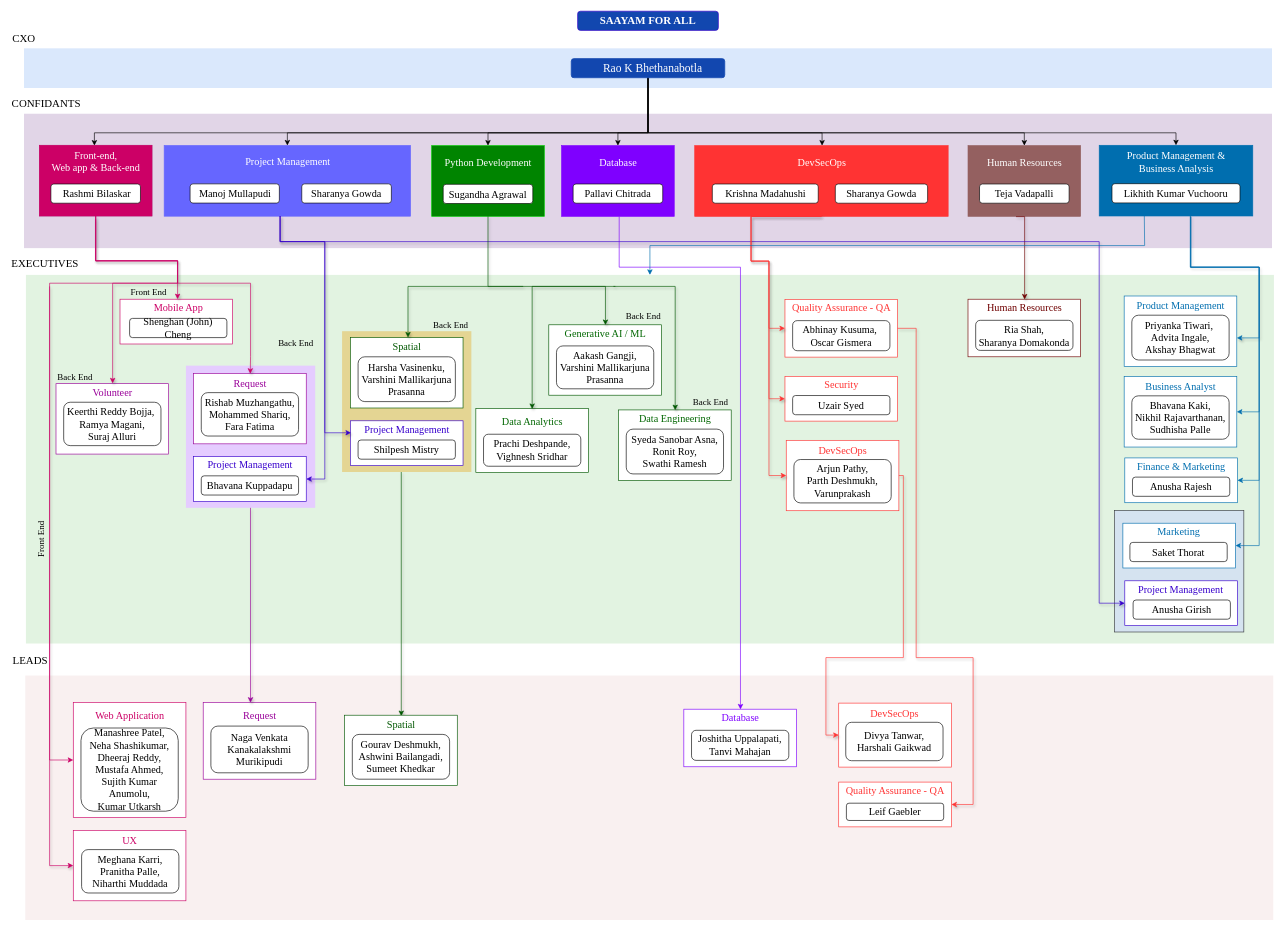
This is saayam_organizationchart.drawio from PallaviChitrada10/PallaviChitrada10, a draw.io file, before an edit. Source tidied: cells renumbered, new cells numbered last; positions are measured from the earlier drawing's top-left corner, leaving out a move shared by most shapes. Both pictures are drawn from the tidied source at 64%, with x=0, y=0 at pixel (11, 11).
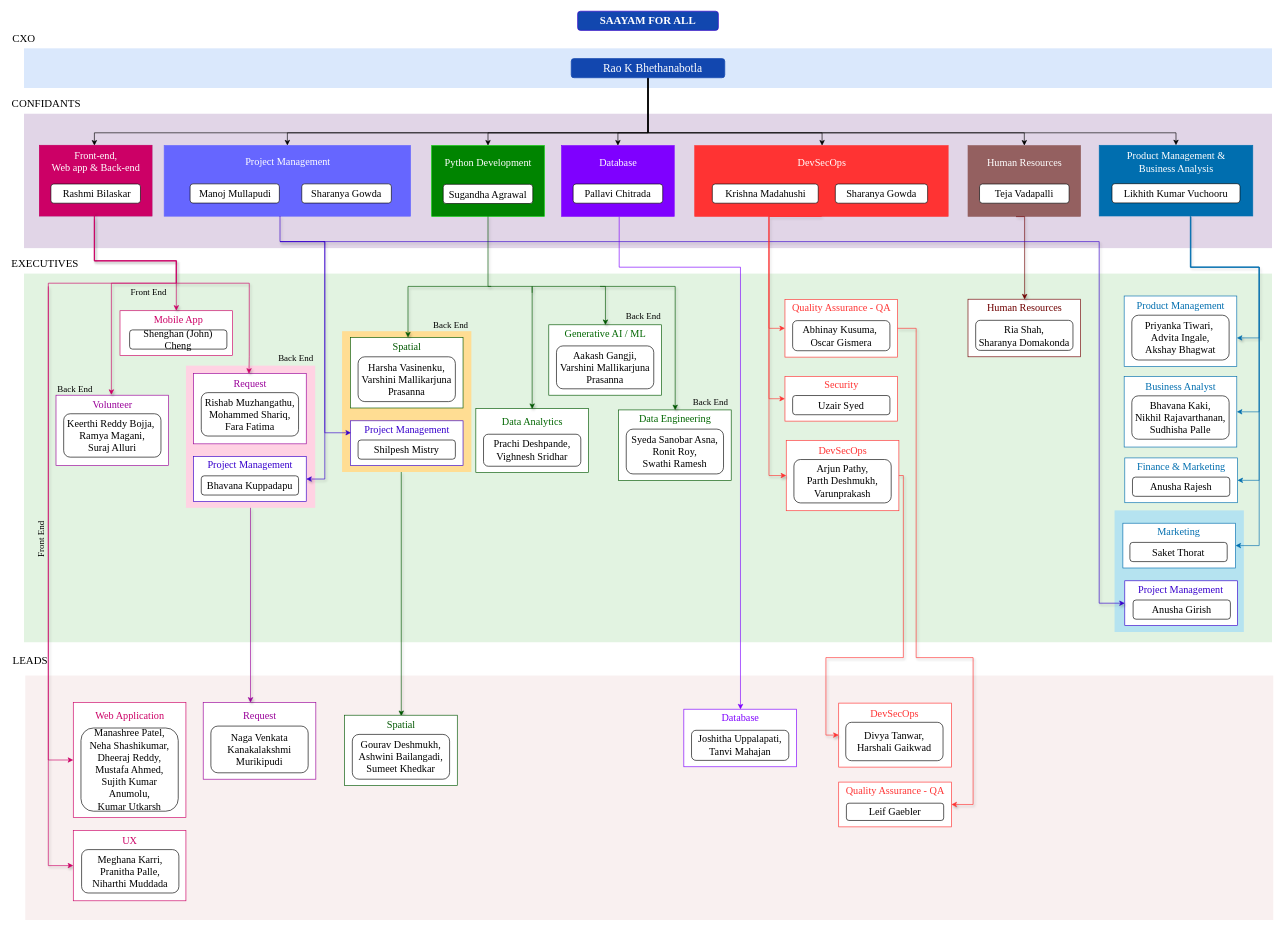
Above is the later version.

The change refers to these unchanged cells:
```xml
<mxCell id="18" style="rounded=0;whiteSpace=wrap;html=1;strokeColor=light-dark(#CC0066,#1F2F1E);fillColor=light-dark(#CC0066,#1F2F1E);fontFamily=Garamond;" parent="17" vertex="1">
  <mxGeometry width="176" height="110.5" as="geometry" />
</mxCell>
<mxCell id="48" style="group;" parent="1" vertex="1">
  <mxGeometry x="285" y="566" width="190" height="280" as="geometry" />
</mxCell>
<mxCell id="51" value="&lt;font face=&quot;Garamond&quot; style=&quot;color: rgb(153, 0, 153);&quot;&gt;&lt;span style=&quot;font-size: 16px;&quot;&gt;Request&lt;/span&gt;&lt;/font&gt;" style="text;html=1;whiteSpace=wrap;strokeColor=none;fillColor=none;align=center;verticalAlign=middle;rounded=0;" parent="48" vertex="1">
  <mxGeometry x="1" y="0.5" width="175" height="29.9" as="geometry" />
</mxCell>
<mxCell id="69" style="group;" parent="1" vertex="1">
  <mxGeometry x="530" y="530" width="189" height="212.2" as="geometry" />
</mxCell>
<mxCell id="77" value="&lt;font face=&quot;Garamond&quot; style=&quot;color: rgb(55, 0, 204);&quot;&gt;&lt;span style=&quot;font-size: 16px;&quot;&gt;Project Management&lt;/span&gt;&lt;/font&gt;" style="text;html=1;whiteSpace=wrap;strokeColor=none;fillColor=none;align=center;verticalAlign=middle;rounded=0;" parent="75" vertex="1">
  <mxGeometry x="1" y="0.4" width="175" height="24.4" as="geometry" />
</mxCell>
<mxCell id="80" style="group;" parent="1" vertex="1">
  <mxGeometry x="1720" y="800" width="202" height="180" as="geometry" />
</mxCell>
<mxCell id="87" style="rounded=0;whiteSpace=wrap;html=1;strokeColor=#3700CC;fillColor=light-dark(#ffffff, #1f2f1e);fontFamily=Garamond;" parent="86" vertex="1">
  <mxGeometry x="8" y="-8" width="176" height="70" as="geometry" />
</mxCell>
<mxCell id="92" style="rounded=0;whiteSpace=wrap;html=1;strokeColor=#CC0066;fillColor=light-dark(#ffffff, #1f2f1e);fontFamily=Garamond;" parent="91" vertex="1">
  <mxGeometry x="-3" width="176" height="70" as="geometry" />
</mxCell>
<mxCell id="98" value="&lt;font face=&quot;Garamond&quot; style=&quot;color: rgb(153, 0, 153);&quot;&gt;&lt;span style=&quot;font-size: 16px;&quot;&gt;Volunteer&lt;/span&gt;&lt;/font&gt;" style="text;html=1;whiteSpace=wrap;strokeColor=none;fillColor=none;align=center;verticalAlign=middle;rounded=0;" parent="96" vertex="1">
  <mxGeometry x="1" y="0.5" width="175" height="29.9" as="geometry" />
</mxCell>
<mxCell id="118" style="rounded=0;whiteSpace=wrap;html=1;strokeColor=#CC0066;fillColor=light-dark(#ffffff, #1f2f1e);fontFamily=Garamond;" parent="117" vertex="1">
  <mxGeometry width="176" height="180" as="geometry" />
</mxCell>
<mxCell id="124" style="rounded=0;whiteSpace=wrap;html=1;strokeColor=#CC0066;fillColor=light-dark(#ffffff, #1f2f1e);fontFamily=Garamond;" parent="1" vertex="1">
  <mxGeometry x="97" y="1280" width="176" height="110" as="geometry" />
</mxCell>
<mxCell id="152" value="&lt;font face=&quot;Garamond&quot; style=&quot;color: rgb(0, 102, 0);&quot;&gt;&lt;span style=&quot;font-size: 16px;&quot;&gt;Data Analytics&lt;/span&gt;&lt;/font&gt;" style="text;html=1;whiteSpace=wrap;strokeColor=none;fillColor=none;align=center;verticalAlign=middle;rounded=0;" parent="150" vertex="1">
  <mxGeometry x="1" y="0.6" width="175" height="38" as="geometry" />
</mxCell>
<mxCell id="157" value="&lt;font face=&quot;Garamond&quot; style=&quot;color: rgb(0, 102, 0);&quot;&gt;&lt;span style=&quot;font-size: 16px;&quot;&gt;Data Engineering&lt;/span&gt;&lt;/font&gt;" style="text;html=1;whiteSpace=wrap;strokeColor=none;fillColor=none;align=center;verticalAlign=middle;rounded=0;" parent="155" vertex="1">
  <mxGeometry x="1" y="0.4" width="175" height="24.4" as="geometry" />
</mxCell>
<mxCell id="170" style="rounded=0;whiteSpace=wrap;html=1;strokeColor=#FF3333;fillColor=light-dark(#FF3333,#1F2F1E);fontFamily=Garamond;" parent="169" vertex="1">
  <mxGeometry width="396" height="110.5" as="geometry" />
</mxCell>
<mxCell id="176" style="rounded=0;whiteSpace=wrap;html=1;strokeColor=#FF3333;fillColor=light-dark(#ffffff, #1f2f1e);fontFamily=Garamond;" parent="175" vertex="1">
  <mxGeometry width="176" height="90" as="geometry" />
</mxCell>
<mxCell id="181" style="rounded=0;whiteSpace=wrap;html=1;strokeColor=#FF3333;fillColor=light-dark(#ffffff, #1f2f1e);fontFamily=Garamond;" parent="180" vertex="1">
  <mxGeometry width="176" height="70" as="geometry" />
</mxCell>
<mxCell id="186" style="rounded=0;whiteSpace=wrap;html=1;strokeColor=#FF3333;fillColor=light-dark(#ffffff, #1f2f1e);fontFamily=Garamond;" parent="185" vertex="1">
  <mxGeometry width="176" height="110" as="geometry" />
</mxCell>
```

What changed in the source:
```diff
@@
     <mxCell id="3" style="rounded=0;whiteSpace=wrap;html=1;strokeColor=none;fillColor=light-dark(#E2F3E1,#152614);fontFamily=Garamond;" parent="1" vertex="1">
-      <mxGeometry x="23" y="412" width="1950" height="576" as="geometry" />
+      <mxGeometry x="20" y="410" width="1950" height="576" as="geometry" />
     </mxCell>
@@
-    <mxCell id="49" style="rounded=0;whiteSpace=wrap;html=1;strokeColor=none;fillColor=#E5CCFF;fontFamily=Garamond;" parent="48" vertex="1">
+    <mxCell id="49" style="rounded=0;whiteSpace=wrap;html=1;strokeColor=none;fillColor=#FFD2E3;fontFamily=Garamond;" parent="48" vertex="1">
       <mxGeometry x="-12" y="-12.2" width="202" height="222.2" as="geometry" />
     </mxCell>
@@
-    <mxCell id="70" style="rounded=0;whiteSpace=wrap;html=1;strokeColor=none;fillColor=light-dark(#E4D593,#E4D593);fontFamily=Garamond;" parent="69" vertex="1">
+    <mxCell id="70" style="rounded=0;whiteSpace=wrap;html=1;strokeColor=none;fillColor=#FFDD93;fontFamily=Garamond;" parent="69" vertex="1">
       <mxGeometry x="-13" y="-30" width="202" height="220" as="geometry" />
     </mxCell>
@@
-    <mxCell id="81" style="rounded=0;whiteSpace=wrap;html=1;strokeColor=#36393d;fillColor=#D5E3F0;fontFamily=Garamond;" parent="80" vertex="1">
+    <mxCell id="81" style="rounded=0;whiteSpace=wrap;html=1;strokeColor=none;fillColor=#B5E3F0;fontFamily=Garamond;" parent="80" vertex="1">
       <mxGeometry x="4" y="-20" width="202" height="190" as="geometry" />
     </mxCell>
@@
     <mxCell id="91" style="group;" parent="1" vertex="1">
-      <mxGeometry x="173" y="450" width="176" height="190" as="geometry" />
+      <mxGeometry x="173" y="468" width="176" height="190" as="geometry" />
     </mxCell>
@@
-    <mxCell id="103" style="edgeStyle=orthogonalEdgeStyle;rounded=0;jettySize=auto;html=1;entryX=0;entryY=0.75;entryDx=0;entryDy=0;strokeColor=light-dark(#3700CC,#1F2F1E);shadow=1;" parent="1" edge="1" target="77">
+    <mxCell id="103" style="edgeStyle=orthogonalEdgeStyle;rounded=0;jettySize=auto;html=1;entryX=0;entryY=0.75;entryDx=0;entryDy=0;strokeColor=light-dark(#3700CC,#1F2F1E);shadow=0;" parent="1" edge="1" target="77">
       <mxGeometry relative="1" as="geometry">
-        <mxPoint x="420" y="320" as="sourcePoint" />
+        <mxPoint x="490" y="360" as="sourcePoint" />
         <Array as="points">
-          <mxPoint x="420" y="320" />
-          <mxPoint x="420" y="360" />
+          <mxPoint x="488" y="360" />
           <mxPoint x="490" y="360" />
           <mxPoint x="490" y="659" />
         </Array>
       </mxGeometry>
     </mxCell>
@@
-    <mxCell id="111" style="edgeStyle=orthogonalEdgeStyle;rounded=0;jettySize=auto;html=1;exitX=0.5;exitY=1;exitDx=0;exitDy=0;strokeColor=#CC0066;shadow=1;" parent="1" edge="1" source="18">
+    <mxCell id="111" style="edgeStyle=orthogonalEdgeStyle;rounded=0;jettySize=auto;html=1;exitX=0.5;exitY=1;exitDx=0;exitDy=0;strokeColor=#CC0066;shadow=1;entryX=0.5;entryY=0;entryDx=0;entryDy=0;" parent="1" edge="1" target="92">
       <mxGeometry relative="1" as="geometry">
-        <mxPoint x="260" y="450" as="targetPoint" />
+        <mxPoint x="132.5" y="314.6" as="sourcePoint" />
         <Array as="points">
-          <mxPoint x="132" y="390" />
-          <mxPoint x="260" y="390" />
+          <mxPoint x="130" y="315" />
+          <mxPoint x="130" y="390" />
+          <mxPoint x="258" y="390" />
         </Array>
       </mxGeometry>
     </mxCell>
-    <mxCell id="112" style="edgeStyle=orthogonalEdgeStyle;rounded=0;jettySize=auto;html=1;exitX=0.5;exitY=1;exitDx=0;exitDy=0;entryX=0.5;entryY=0;entryDx=0;entryDy=0;strokeColor=#CC0066;shadow=1;" parent="1" edge="1" source="18" target="98">
+    <mxCell id="112" style="edgeStyle=orthogonalEdgeStyle;rounded=0;orthogonalLoop=1;jettySize=auto;html=1;exitX=0.5;exitY=1;exitDx=0;exitDy=0;entryX=0.5;entryY=0;entryDx=0;entryDy=0;strokeColor=#CC0066;shadow=1;" parent="1" edge="1">
       <mxGeometry relative="1" as="geometry">
+        <mxPoint x="130" y="320" as="sourcePoint" />
+        <mxPoint x="156.5" y="599.5" as="targetPoint" />
         <Array as="points">
-          <mxPoint x="132" y="390" />
-          <mxPoint x="260" y="390" />
-          <mxPoint x="260" y="425" />
-          <mxPoint x="159" y="425" />
+          <mxPoint x="130" y="390" />
+          <mxPoint x="258" y="390" />
+          <mxPoint x="258" y="425" />
+          <mxPoint x="157" y="425" />
         </Array>
       </mxGeometry>
     </mxCell>
-    <mxCell id="113" style="edgeStyle=orthogonalEdgeStyle;rounded=0;jettySize=auto;html=1;exitX=0.5;exitY=1;exitDx=0;exitDy=0;strokeColor=#CC0066;shadow=1;entryX=0.5;entryY=0;entryDx=0;entryDy=0;" parent="1" edge="1" target="51">
+    <mxCell id="113" style="edgeStyle=orthogonalEdgeStyle;rounded=0;orthogonalLoop=1;jettySize=auto;html=1;exitX=0.5;exitY=1;exitDx=0;exitDy=0;strokeColor=#CC0066;shadow=1;entryX=0.5;entryY=0;entryDx=0;entryDy=0;" parent="1" edge="1">
       <mxGeometry relative="1" as="geometry">
-        <mxPoint x="132" y="325" as="sourcePoint" />
+        <mxPoint x="130" y="325" as="sourcePoint" />
+        <mxPoint x="371.5" y="566.5" as="targetPoint" />
         <Array as="points">
-          <mxPoint x="132" y="390" />
-          <mxPoint x="260" y="390" />
-          <mxPoint x="260" y="425" />
-          <mxPoint x="374" y="425" />
-          <mxPoint x="374" y="540" />
+          <mxPoint x="130" y="390" />
+          <mxPoint x="258" y="390" />
+          <mxPoint x="258" y="425" />
+          <mxPoint x="372" y="425" />
+          <mxPoint x="372" y="540" />
         </Array>
       </mxGeometry>
     </mxCell>
@@
-    <mxCell id="115" style="edgeStyle=orthogonalEdgeStyle;rounded=0;jettySize=auto;html=1;exitX=0.5;exitY=1;exitDx=0;exitDy=0;strokeColor=light-dark(#3700CC,#1F2F1E);shadow=1;entryX=0;entryY=0.5;entryDx=0;entryDy=0;" parent="1" edge="1" target="87">
+    <mxCell id="115" style="edgeStyle=orthogonalEdgeStyle;rounded=0;jettySize=auto;html=1;strokeColor=light-dark(#3700CC,#1F2F1E);shadow=1;entryX=0;entryY=0.5;entryDx=0;entryDy=0;" parent="1" edge="1" target="87">
       <mxGeometry relative="1" as="geometry">
-        <mxPoint x="420.5" y="320" as="sourcePoint" />
+        <mxPoint x="490" y="360" as="sourcePoint" />
         <Array as="points">
           <mxPoint x="420" y="360" />
           <mxPoint x="1700" y="360" />
           <mxPoint x="1700" y="925" />
         </Array>
       </mxGeometry>
     </mxCell>
@@
     <mxCell id="122" style="edgeStyle=orthogonalEdgeStyle;rounded=0;jettySize=auto;html=1;entryX=0;entryY=0.5;entryDx=0;entryDy=0;strokeColor=#CC0066;shadow=0;" parent="1" edge="1" target="118">
       <mxGeometry relative="1" as="geometry">
-        <mxPoint x="132" y="320" as="sourcePoint" />
+        <mxPoint x="130" y="320" as="sourcePoint" />
         <Array as="points">
-          <mxPoint x="132" y="390" />
-          <mxPoint x="260" y="390" />
-          <mxPoint x="260" y="425" />
-          <mxPoint x="60" y="425" />
-          <mxPoint x="60" y="1170" />
+          <mxPoint x="130" y="390" />
+          <mxPoint x="258" y="390" />
+          <mxPoint x="258" y="425" />
+          <mxPoint x="58" y="425" />
+          <mxPoint x="58" y="1170" />
         </Array>
       </mxGeometry>
     </mxCell>
     <mxCell id="123" style="edgeStyle=orthogonalEdgeStyle;rounded=0;jettySize=auto;html=1;entryX=0;entryY=0.5;entryDx=0;entryDy=0;strokeColor=#CC0066;shadow=1;" parent="1" edge="1" target="124">
       <mxGeometry relative="1" as="geometry">
-        <mxPoint x="60" y="430" as="sourcePoint" />
+        <mxPoint x="58" y="430" as="sourcePoint" />
         <Array as="points">
-          <mxPoint x="60" y="430" />
-          <mxPoint x="60" y="1335" />
+          <mxPoint x="58" y="1335" />
         </Array>
       </mxGeometry>
     </mxCell>
@@
     <mxCell id="143" value="&lt;font style=&quot;font-size: 14px;&quot; face=&quot;Garamond&quot;&gt;Back End&lt;/font&gt;" style="text;html=1;whiteSpace=wrap;strokeColor=none;fillColor=none;align=center;verticalAlign=middle;rounded=0;rotation=0;" parent="1" vertex="1">
-      <mxGeometry x="415" y="505" width="60" height="30" as="geometry" />
+      <mxGeometry x="415" y="528" width="60" height="30" as="geometry" />
     </mxCell>
@@
     <mxCell id="161" style="edgeStyle=orthogonalEdgeStyle;rounded=0;jettySize=auto;html=1;strokeColor=#005700;fillColor=#008a00;shadow=1;entryX=0.5;entryY=0;entryDx=0;entryDy=0;" parent="1" edge="1" target="157">
       <mxGeometry relative="1" as="geometry">
-        <mxPoint x="941" y="430" as="sourcePoint" />
+        <mxPoint x="920" y="430" as="sourcePoint" />
         <Array as="points">
           <mxPoint x="1038" y="430" />
         </Array>
       </mxGeometry>
     </mxCell>
     <mxCell id="162" style="edgeStyle=orthogonalEdgeStyle;rounded=0;jettySize=auto;html=1;strokeColor=#005700;fillColor=#008a00;shadow=1;" parent="1" edge="1" target="152">
       <mxGeometry relative="1" as="geometry">
-        <mxPoint x="944" y="430" as="sourcePoint" />
+        <mxPoint x="814" y="440" as="sourcePoint" />
         <Array as="points">
           <mxPoint x="814" y="430" />
         </Array>
       </mxGeometry>
     </mxCell>
@@
     <mxCell id="164" style="edgeStyle=orthogonalEdgeStyle;rounded=0;jettySize=auto;html=1;entryX=0.51;entryY=0.045;entryDx=0;entryDy=0;entryPerimeter=0;strokeColor=light-dark(#005700,#005700);shadow=1;" parent="1" edge="1" target="70">
       <mxGeometry relative="1" as="geometry">
-        <mxPoint x="800" y="430" as="sourcePoint" />
+        <mxPoint x="750" y="430" as="sourcePoint" />
         <Array as="points">
           <mxPoint x="620" y="430" />
         </Array>
       </mxGeometry>
     </mxCell>
@@
-    <mxCell id="190" style="edgeStyle=orthogonalEdgeStyle;rounded=0;jettySize=auto;html=1;exitX=0.5;exitY=1;exitDx=0;exitDy=0;entryX=0;entryY=0.5;entryDx=0;entryDy=0;strokeColor=#FF3333;shadow=1;" parent="1" edge="1" source="170" target="176">
+    <mxCell id="190" style="edgeStyle=orthogonalEdgeStyle;rounded=0;jettySize=auto;html=1;exitX=0.5;exitY=1;exitDx=0;exitDy=0;entryX=0;entryY=0.5;entryDx=0;entryDy=0;strokeColor=#FF3333;shadow=0;" parent="1" edge="1" source="170" target="176">
       <mxGeometry relative="1" as="geometry">
         <Array as="points">
-          <mxPoint x="1156" y="390.5" />
-          <mxPoint x="1184" y="390.5" />
-          <mxPoint x="1184" y="495.5" />
+          <mxPoint x="1184" y="321" />
+          <mxPoint x="1184" y="496" />
         </Array>
       </mxGeometry>
     </mxCell>
-    <mxCell id="191" style="edgeStyle=orthogonalEdgeStyle;rounded=0;jettySize=auto;html=1;exitX=0.5;exitY=1;exitDx=0;exitDy=0;entryX=0;entryY=0.5;entryDx=0;entryDy=0;strokeColor=#FF3333;shadow=1;" parent="1" edge="1" source="170" target="181">
+    <mxCell id="191" style="edgeStyle=orthogonalEdgeStyle;rounded=0;jettySize=auto;html=1;exitX=0.5;exitY=1;exitDx=0;exitDy=0;entryX=0;entryY=0.5;entryDx=0;entryDy=0;strokeColor=#FF3333;shadow=0;" parent="1" edge="1" source="170" target="181">
       <mxGeometry relative="1" as="geometry">
         <Array as="points">
-          <mxPoint x="1156" y="390.5" />
-          <mxPoint x="1184" y="390.5" />
-          <mxPoint x="1184" y="605.5" />
+          <mxPoint x="1184" y="321" />
+          <mxPoint x="1184" y="606" />
         </Array>
       </mxGeometry>
     </mxCell>
     <mxCell id="192" style="edgeStyle=orthogonalEdgeStyle;rounded=0;jettySize=auto;html=1;exitX=0.5;exitY=1;exitDx=0;exitDy=0;entryX=0;entryY=0.5;entryDx=0;entryDy=0;fillColor=#99FFFF;strokeColor=#FF3333;shadow=1;" parent="1" edge="1" source="170" target="186">
       <mxGeometry relative="1" as="geometry">
         <Array as="points">
-          <mxPoint x="1156" y="390.5" />
-          <mxPoint x="1184" y="390.5" />
-          <mxPoint x="1184" y="725.5" />
+          <mxPoint x="1184" y="320" />
+          <mxPoint x="1184" y="726" />
         </Array>
       </mxGeometry>
     </mxCell>
@@
-    <mxCell id="207" style="edgeStyle=orthogonalEdgeStyle;rounded=0;jettySize=auto;html=1;exitX=0.598;exitY=0.994;exitDx=0;exitDy=0;strokeColor=#006EAF;exitPerimeter=0;" parent="1" edge="1" target="3">
-      <mxGeometry relative="1" as="geometry">
-        <mxPoint x="1770.5" y="319.3" as="sourcePoint" />
-      </mxGeometry>
-    </mxCell>
```
